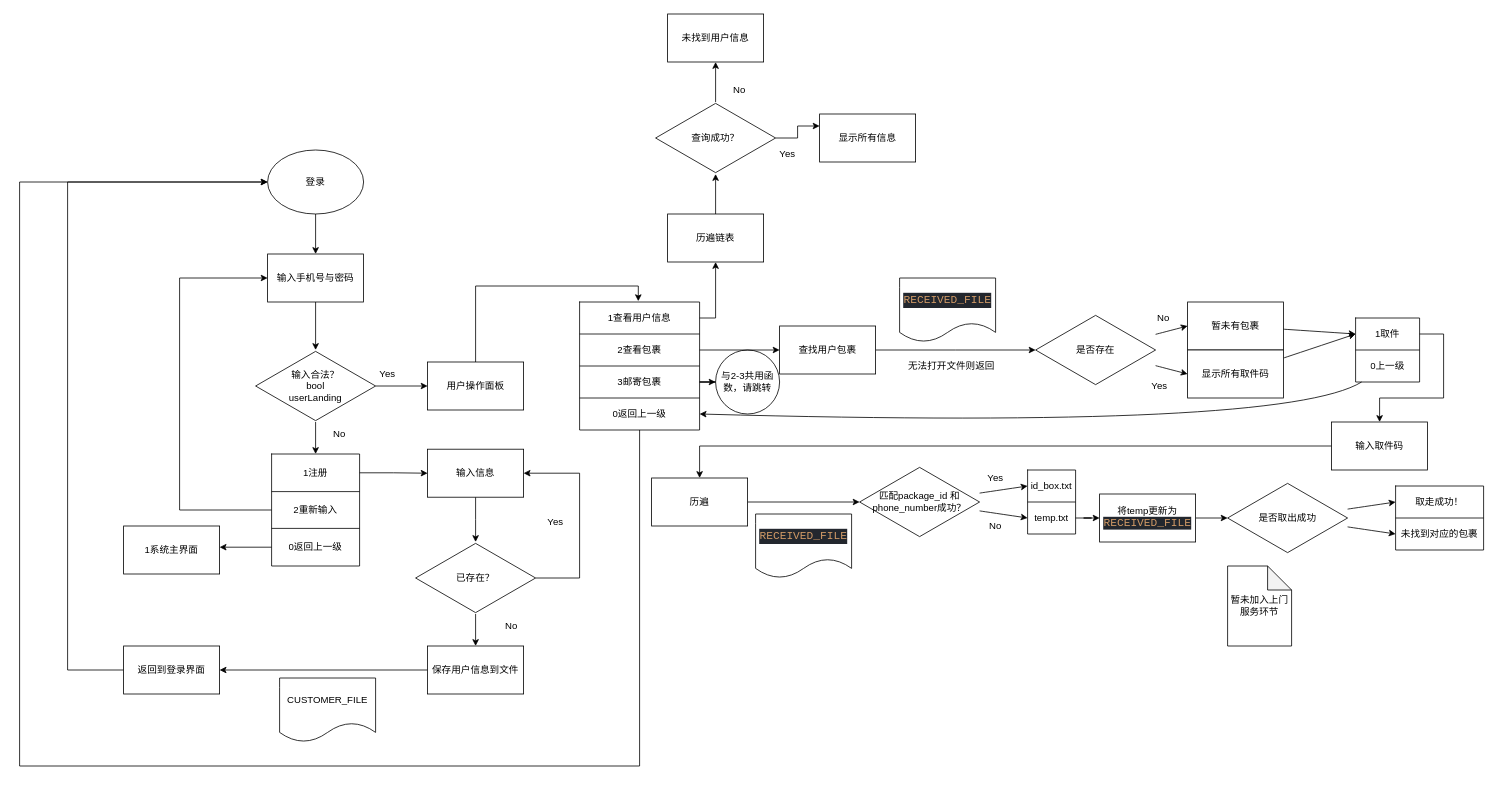
This is page "1-1用户界面操作" (2 of 8) of group6导图.drawio from AshIgnis/JLU_CourierStation, a draw.io file, before an edit. Source tidied: cells renumbered, new cells numbered last; positions are measured from the earlier drawing's top-left corner, leaving out a move shared by most shapes. Both pictures are drawn from the tidied source at 80%, with x=0, y=0 at pixel (19, 14).
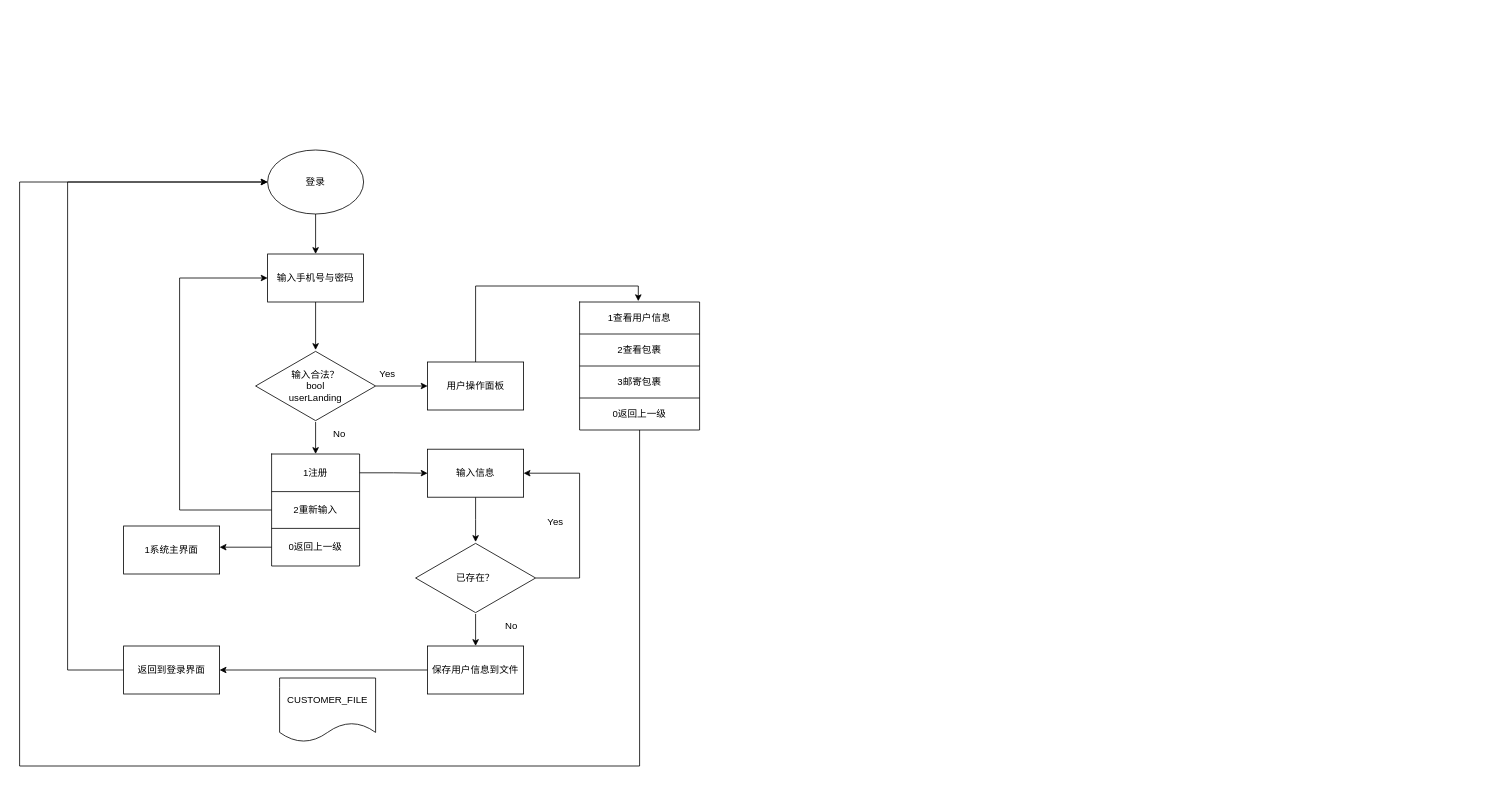
The same page after the edit.

Unchanged cells that the change refers to:
```xml
<mxCell id="37" style="shape=tableRow;horizontal=0;startSize=0;swimlaneHead=0;swimlaneBody=0;strokeColor=inherit;top=0;left=0;bottom=0;right=0;fillColor=none;points=[[0,0.5],[1,0.5]];portConstraint=eastwest;" parent="36" vertex="1">
  <mxGeometry width="150" height="40" as="geometry" />
</mxCell>
<mxCell id="39" style="shape=tableRow;horizontal=0;startSize=0;swimlaneHead=0;swimlaneBody=0;strokeColor=inherit;top=0;left=0;bottom=0;right=0;fillColor=none;points=[[0,0.5],[1,0.5]];portConstraint=eastwest;" parent="36" vertex="1">
  <mxGeometry y="40" width="150" height="40" as="geometry" />
</mxCell>
<mxCell id="41" style="shape=tableRow;horizontal=0;startSize=0;swimlaneHead=0;swimlaneBody=0;strokeColor=inherit;top=0;left=0;bottom=0;right=0;fillColor=none;points=[[0,0.5],[1,0.5]];portConstraint=eastwest;" parent="36" vertex="1">
  <mxGeometry y="80" width="150" height="40" as="geometry" />
</mxCell>
<mxCell id="43" style="shape=tableRow;horizontal=0;startSize=0;swimlaneHead=0;swimlaneBody=0;strokeColor=inherit;top=0;left=0;bottom=0;right=0;fillColor=none;points=[[0,0.5],[1,0.5]];portConstraint=eastwest;" parent="36" vertex="1">
  <mxGeometry y="120" width="150" height="40" as="geometry" />
</mxCell>
```

Change to the diagram source:
```diff
@@
-    <mxCell id="46" style="edgeStyle=orthogonalEdgeStyle;rounded=0;jettySize=auto;html=1;" parent="1" edge="1" source="47" target="51">
-      <mxGeometry relative="1" as="geometry" />
-    </mxCell>
-    <mxCell id="47" value="历遍链表" style="rounded=0;whiteSpace=wrap;html=1;" parent="1" vertex="1">
-      <mxGeometry x="810" y="250" width="120" height="60" as="geometry" />
-    </mxCell>
-    <mxCell id="48" style="edgeStyle=orthogonalEdgeStyle;rounded=0;jettySize=auto;html=1;entryX=0.5;entryY=1;entryDx=0;entryDy=0;" parent="1" edge="1" source="37" target="47">
-      <mxGeometry relative="1" as="geometry" />
-    </mxCell>
-    <mxCell id="49" style="edgeStyle=orthogonalEdgeStyle;rounded=0;jettySize=auto;html=1;entryX=0;entryY=0.25;entryDx=0;entryDy=0;" parent="1" edge="1" source="51" target="52">
-      <mxGeometry relative="1" as="geometry" />
-    </mxCell>
-    <mxCell id="50" style="edgeStyle=orthogonalEdgeStyle;rounded=0;jettySize=auto;html=1;entryX=0.5;entryY=1;entryDx=0;entryDy=0;" parent="1" edge="1" source="51" target="53">
-      <mxGeometry relative="1" as="geometry" />
-    </mxCell>
-    <mxCell id="51" value="查询成功？" style="html=1;whiteSpace=wrap;shape=isoRectangle;" parent="1" vertex="1">
-      <mxGeometry x="795" y="110" width="150" height="90" as="geometry" />
-    </mxCell>
-    <mxCell id="52" value="显示所有信息" style="rounded=0;whiteSpace=wrap;html=1;" parent="1" vertex="1">
-      <mxGeometry x="1000" y="125" width="120" height="60" as="geometry" />
-    </mxCell>
-    <mxCell id="53" value="未找到用户信息" style="rounded=0;whiteSpace=wrap;html=1;" parent="1" vertex="1">
-      <mxGeometry x="810" width="120" height="60" as="geometry" />
-    </mxCell>
-    <mxCell id="54" value="Yes" style="text;html=1;align=center;verticalAlign=middle;whiteSpace=wrap;rounded=0;" parent="1" vertex="1">
-      <mxGeometry x="930" y="160" width="60" height="30" as="geometry" />
-    </mxCell>
-    <mxCell id="55" value="No" style="text;html=1;align=center;verticalAlign=middle;whiteSpace=wrap;rounded=0;" parent="1" vertex="1">
-      <mxGeometry x="870" y="80" width="60" height="30" as="geometry" />
-    </mxCell>
-    <mxCell id="56" value="与2-3共用函数，请跳转" style="ellipse;whiteSpace=wrap;html=1;" parent="1" vertex="1">
-      <mxGeometry x="870" y="420" width="80" height="80" as="geometry" />
-    </mxCell>
-    <mxCell id="57" style="edgeStyle=orthogonalEdgeStyle;rounded=0;jettySize=auto;html=1;" parent="1" edge="1" source="41" target="56">
-      <mxGeometry relative="1" as="geometry" />
-    </mxCell>
-    <mxCell id="58" style="edgeStyle=orthogonalEdgeStyle;rounded=0;jettySize=auto;html=1;" parent="1" edge="1" source="59">
-      <mxGeometry relative="1" as="geometry">
-        <mxPoint x="1270" y="420" as="targetPoint" />
-      </mxGeometry>
-    </mxCell>
-    <mxCell id="59" value="查找用户包裹" style="rounded=0;whiteSpace=wrap;html=1;" parent="1" vertex="1">
-      <mxGeometry x="950" y="390" width="120" height="60" as="geometry" />
-    </mxCell>
-    <mxCell id="60" value="&lt;div style=&quot;color: rgb(171, 178, 191); background-color: rgb(35, 39, 46); font-family: Consolas, &amp;quot;Courier New&amp;quot;, monospace; font-size: 14px; line-height: 19px; white-space: pre;&quot;&gt;&lt;span style=&quot;color: #d19a66;&quot;&gt;RECEIVED_FILE&lt;/span&gt;&lt;/div&gt;" style="shape=document;whiteSpace=wrap;html=1;boundedLbl=1;" parent="1" vertex="1">
-      <mxGeometry x="1100" y="330" width="120" height="80" as="geometry" />
-    </mxCell>
-    <mxCell id="61" value="是否存在" style="html=1;whiteSpace=wrap;shape=isoRectangle;" parent="1" vertex="1">
-      <mxGeometry x="1270" y="375" width="150" height="90" as="geometry" />
-    </mxCell>
-    <mxCell id="62" value="无法打开文件则返回" style="text;html=1;align=center;verticalAlign=middle;whiteSpace=wrap;rounded=0;" parent="1" vertex="1">
-      <mxGeometry x="1100" y="425" width="130" height="30" as="geometry" />
-    </mxCell>
-    <mxCell id="63" value="暂未有包裹" style="rounded=0;whiteSpace=wrap;html=1;" parent="1" vertex="1">
-      <mxGeometry x="1460" y="360" width="120" height="60" as="geometry" />
-    </mxCell>
-    <mxCell id="64" style="curved=1;endArrow=classic;html=1;rounded=0;entryX=0;entryY=0.5;entryDx=0;entryDy=0;" parent="1" edge="1" source="61" target="63">
-      <mxGeometry relative="1" as="geometry" />
-    </mxCell>
-    <mxCell id="65" style="curved=1;endArrow=classic;html=1;rounded=0;entryX=0;entryY=0.5;entryDx=0;entryDy=0;" parent="1" edge="1" source="61">
-      <mxGeometry relative="1" as="geometry">
-        <mxPoint x="1460" y="450" as="targetPoint" />
-      </mxGeometry>
-    </mxCell>
-    <mxCell id="66" value="No" style="text;html=1;align=center;verticalAlign=middle;whiteSpace=wrap;rounded=0;" parent="1" vertex="1">
-      <mxGeometry x="1400" y="365" width="60" height="30" as="geometry" />
-    </mxCell>
-    <mxCell id="67" style="curved=1;endArrow=classic;html=1;rounded=0;entryX=0;entryY=0.5;entryDx=0;entryDy=0;" parent="1" edge="1" source="63" target="70">
-      <mxGeometry relative="1" as="geometry" />
-    </mxCell>
-    <mxCell id="68" style="curved=1;endArrow=classic;html=1;rounded=0;entryX=0;entryY=0.5;entryDx=0;entryDy=0;" parent="1" edge="1" target="70">
-      <mxGeometry relative="1" as="geometry">
-        <mxPoint x="1580" y="430" as="sourcePoint" />
-      </mxGeometry>
-    </mxCell>
-    <mxCell id="69" style="shape=table;startSize=0;childLayout=tableLayout;" parent="1" vertex="1">
-      <mxGeometry x="1670" y="380" width="80" height="80" as="geometry" />
-    </mxCell>
-    <mxCell id="70" style="shape=tableRow;horizontal=0;startSize=0;swimlaneHead=0;swimlaneBody=0;strokeColor=inherit;top=0;left=0;bottom=0;right=0;fillColor=none;points=[[0,0.5],[1,0.5]];portConstraint=eastwest;" parent="69" vertex="1">
-      <mxGeometry width="80" height="40" as="geometry" />
-    </mxCell>
-    <mxCell id="71" value="1取件" style="shape=partialRectangle;html=1;whiteSpace=wrap;strokeColor=inherit;overflow=hidden;fillColor=none;top=0;left=0;bottom=0;right=0;" parent="70" vertex="1">
-      <mxGeometry width="80" height="40" as="geometry" />
-    </mxCell>
-    <mxCell id="72" style="shape=tableRow;horizontal=0;startSize=0;swimlaneHead=0;swimlaneBody=0;strokeColor=inherit;top=0;left=0;bottom=0;right=0;fillColor=none;points=[[0,0.5],[1,0.5]];portConstraint=eastwest;" parent="69" vertex="1">
-      <mxGeometry y="40" width="80" height="40" as="geometry" />
-    </mxCell>
-    <mxCell id="73" value="0上一级" style="shape=partialRectangle;html=1;whiteSpace=wrap;strokeColor=inherit;overflow=hidden;fillColor=none;top=0;left=0;bottom=0;right=0;" parent="72" vertex="1">
-      <mxGeometry width="80" height="40" as="geometry" />
-    </mxCell>
-    <mxCell id="74" style="edgeStyle=orthogonalEdgeStyle;rounded=0;jettySize=auto;html=1;" parent="1" edge="1" source="75" target="79">
-      <mxGeometry relative="1" as="geometry" />
-    </mxCell>
-    <mxCell id="75" value="输入取件码" style="rounded=0;whiteSpace=wrap;html=1;" parent="1" vertex="1">
-      <mxGeometry x="1640" y="510" width="120" height="60" as="geometry" />
-    </mxCell>
-    <mxCell id="76" style="edgeStyle=orthogonalEdgeStyle;rounded=0;jettySize=auto;html=1;" parent="1" edge="1" source="70" target="75">
-      <mxGeometry relative="1" as="geometry">
-        <Array as="points">
-          <mxPoint x="1780" y="400" />
-          <mxPoint x="1780" y="480" />
-          <mxPoint x="1700" y="480" />
-        </Array>
-      </mxGeometry>
-    </mxCell>
-    <mxCell id="77" value="&lt;div style=&quot;color: rgb(171, 178, 191); background-color: rgb(35, 39, 46); font-family: Consolas, &amp;quot;Courier New&amp;quot;, monospace; font-size: 14px; line-height: 19px; white-space: pre;&quot;&gt;&lt;span style=&quot;color: #d19a66;&quot;&gt;RECEIVED_FILE&lt;/span&gt;&lt;/div&gt;" style="shape=document;whiteSpace=wrap;html=1;boundedLbl=1;" parent="1" vertex="1">
-      <mxGeometry x="920" y="625" width="120" height="80" as="geometry" />
-    </mxCell>
-    <mxCell id="78" style="edgeStyle=orthogonalEdgeStyle;rounded=0;jettySize=auto;html=1;" parent="1" edge="1" source="79" target="80">
-      <mxGeometry relative="1" as="geometry" />
-    </mxCell>
-    <mxCell id="79" value="历遍" style="rounded=0;whiteSpace=wrap;html=1;" parent="1" vertex="1">
-      <mxGeometry x="790" y="580" width="120" height="60" as="geometry" />
-    </mxCell>
-    <mxCell id="80" value="匹配package_id 和 phone_number成功？" style="html=1;whiteSpace=wrap;shape=isoRectangle;" parent="1" vertex="1">
-      <mxGeometry x="1050" y="565" width="150" height="90" as="geometry" />
-    </mxCell>
-    <mxCell id="81" style="shape=table;startSize=0;childLayout=tableLayout;" parent="1" vertex="1">
-      <mxGeometry x="1260" y="570" width="60" height="80" as="geometry" />
-    </mxCell>
-    <mxCell id="82" style="shape=tableRow;horizontal=0;startSize=0;swimlaneHead=0;swimlaneBody=0;strokeColor=inherit;top=0;left=0;bottom=0;right=0;fillColor=none;points=[[0,0.5],[1,0.5]];portConstraint=eastwest;" parent="81" vertex="1">
-      <mxGeometry width="60" height="40" as="geometry" />
-    </mxCell>
-    <mxCell id="83" value="id_box.txt" style="shape=partialRectangle;html=1;whiteSpace=wrap;strokeColor=inherit;overflow=hidden;fillColor=none;top=0;left=0;bottom=0;right=0;" parent="82" vertex="1">
-      <mxGeometry width="60" height="40" as="geometry" />
-    </mxCell>
-    <mxCell id="84" style="shape=tableRow;horizontal=0;startSize=0;swimlaneHead=0;swimlaneBody=0;strokeColor=inherit;top=0;left=0;bottom=0;right=0;fillColor=none;points=[[0,0.5],[1,0.5]];portConstraint=eastwest;" parent="81" vertex="1">
-      <mxGeometry y="40" width="60" height="40" as="geometry" />
-    </mxCell>
-    <mxCell id="85" value="temp.txt" style="shape=partialRectangle;html=1;whiteSpace=wrap;strokeColor=inherit;overflow=hidden;fillColor=none;top=0;left=0;bottom=0;right=0;" parent="84" vertex="1">
-      <mxGeometry width="60" height="40" as="geometry" />
-    </mxCell>
-    <mxCell id="86" style="curved=1;endArrow=classic;html=1;rounded=0;entryX=0;entryY=0.5;entryDx=0;entryDy=0;" parent="1" edge="1" source="80" target="82">
-      <mxGeometry relative="1" as="geometry" />
-    </mxCell>
-    <mxCell id="87" style="curved=1;endArrow=classic;html=1;rounded=0;entryX=0;entryY=0.5;entryDx=0;entryDy=0;" parent="1" edge="1" source="80" target="84">
-      <mxGeometry relative="1" as="geometry" />
-    </mxCell>
-    <mxCell id="88" value="显示所有取件码" style="rounded=0;whiteSpace=wrap;html=1;" parent="1" vertex="1">
-      <mxGeometry x="1460" y="420" width="120" height="60" as="geometry" />
-    </mxCell>
-    <mxCell id="89" value="Yes" style="text;html=1;align=center;verticalAlign=middle;whiteSpace=wrap;rounded=0;" parent="1" vertex="1">
-      <mxGeometry x="1395" y="450" width="60" height="30" as="geometry" />
-    </mxCell>
-    <mxCell id="90" value="No" style="text;html=1;align=center;verticalAlign=middle;whiteSpace=wrap;rounded=0;" parent="1" vertex="1">
-      <mxGeometry x="1190" y="625" width="60" height="30" as="geometry" />
-    </mxCell>
-    <mxCell id="91" value="Yes" style="text;html=1;align=center;verticalAlign=middle;whiteSpace=wrap;rounded=0;" parent="1" vertex="1">
-      <mxGeometry x="1190" y="565" width="60" height="30" as="geometry" />
-    </mxCell>
-    <mxCell id="92" style="edgeStyle=orthogonalEdgeStyle;rounded=0;jettySize=auto;html=1;" parent="1" edge="1" source="93" target="95">
-      <mxGeometry relative="1" as="geometry" />
-    </mxCell>
-    <mxCell id="93" value="将temp更新为&lt;div&gt;&lt;span style=&quot;color: rgb(209, 154, 102); font-family: Consolas, &amp;quot;Courier New&amp;quot;, monospace; font-size: 14px; white-space: pre; background-color: rgb(35, 39, 46);&quot;&gt;RECEIVED_FILE&lt;/span&gt;&lt;/div&gt;" style="rounded=0;whiteSpace=wrap;html=1;" parent="1" vertex="1">
-      <mxGeometry x="1350" y="600" width="120" height="60" as="geometry" />
-    </mxCell>
-    <mxCell id="94" style="edgeStyle=orthogonalEdgeStyle;rounded=0;jettySize=auto;html=1;" parent="1" edge="1" source="84" target="93">
-      <mxGeometry relative="1" as="geometry" />
-    </mxCell>
-    <mxCell id="95" value="是否取出成功" style="html=1;whiteSpace=wrap;shape=isoRectangle;" parent="1" vertex="1">
-      <mxGeometry x="1510" y="585" width="150" height="90" as="geometry" />
-    </mxCell>
-    <mxCell id="96" style="shape=table;startSize=0;childLayout=tableLayout;" parent="1" vertex="1">
-      <mxGeometry x="1720" y="590" width="110" height="80" as="geometry" />
-    </mxCell>
-    <mxCell id="97" style="shape=tableRow;horizontal=0;startSize=0;swimlaneHead=0;swimlaneBody=0;strokeColor=inherit;top=0;left=0;bottom=0;right=0;fillColor=none;points=[[0,0.5],[1,0.5]];portConstraint=eastwest;" parent="96" vertex="1">
-      <mxGeometry width="110" height="40" as="geometry" />
-    </mxCell>
-    <mxCell id="98" value="取走成功！" style="shape=partialRectangle;html=1;whiteSpace=wrap;strokeColor=inherit;overflow=hidden;fillColor=none;top=0;left=0;bottom=0;right=0;" parent="97" vertex="1">
-      <mxGeometry width="110" height="40" as="geometry" />
-    </mxCell>
-    <mxCell id="99" style="shape=tableRow;horizontal=0;startSize=0;swimlaneHead=0;swimlaneBody=0;strokeColor=inherit;top=0;left=0;bottom=0;right=0;fillColor=none;points=[[0,0.5],[1,0.5]];portConstraint=eastwest;" parent="96" vertex="1">
-      <mxGeometry y="40" width="110" height="40" as="geometry" />
-    </mxCell>
-    <mxCell id="100" value="未找到对应的包裹" style="shape=partialRectangle;html=1;whiteSpace=wrap;strokeColor=inherit;overflow=hidden;fillColor=none;top=0;left=0;bottom=0;right=0;" parent="99" vertex="1">
-      <mxGeometry width="110" height="40" as="geometry" />
-    </mxCell>
-    <mxCell id="101" style="curved=1;endArrow=classic;html=1;rounded=0;entryX=0;entryY=0.5;entryDx=0;entryDy=0;" parent="1" edge="1" source="95" target="97">
-      <mxGeometry relative="1" as="geometry" />
-    </mxCell>
-    <mxCell id="102" style="curved=1;endArrow=classic;html=1;rounded=0;entryX=0;entryY=0.5;entryDx=0;entryDy=0;" parent="1" edge="1" source="95" target="99">
-      <mxGeometry relative="1" as="geometry" />
-    </mxCell>
-    <mxCell id="103" style="edgeStyle=orthogonalEdgeStyle;rounded=0;jettySize=auto;html=1;entryX=0;entryY=0.5;entryDx=0;entryDy=0;" parent="1" edge="1" source="39" target="59">
-      <mxGeometry relative="1" as="geometry" />
-    </mxCell>
-    <mxCell id="104" style="curved=1;endArrow=classic;html=1;rounded=0;entryX=1;entryY=0.5;entryDx=0;entryDy=0;" parent="1" edge="1" source="72" target="43">
-      <mxGeometry relative="1" as="geometry">
-        <Array as="points">
-          <mxPoint x="1580" y="520" />
-        </Array>
-      </mxGeometry>
-    </mxCell>
-    <mxCell id="105" value="暂未加入上门服务环节" style="shape=note;whiteSpace=wrap;html=1;backgroundOutline=1;darkOpacity=0.05;" parent="1" vertex="1">
-      <mxGeometry x="1510" y="690" width="80" height="100" as="geometry" />
-    </mxCell>
```
